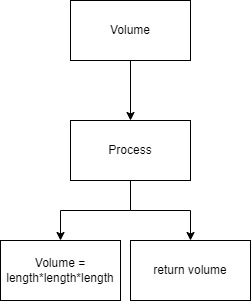
This is design.png from Huzaifa-Khalid-2/ICS3U-Assigment-6-Python, a draw.io export, as it was before one commit. Source tidied: cells renumbered, new cells last; positions are measured from the earlier drawing's top-left corner, leaving out a move shared by most shapes.
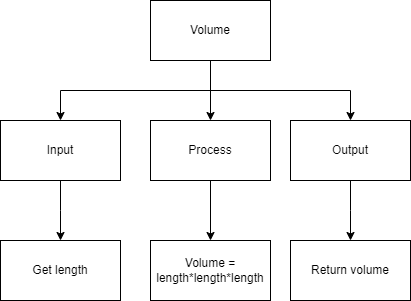
Later version of the same file.

Commit message:
edited top_down

The edit, as a diff of the source:
```diff
@@ -5,23 +5,43 @@
     <mxCell id="2" style="edgeStyle=orthogonalEdgeStyle;html=1;exitX=0.5;exitY=1;exitDx=0;exitDy=0;entryX=0.5;entryY=0;entryDx=0;entryDy=0;rounded=0;" parent="1" edge="1" source="3" target="6">
       <mxGeometry relative="1" as="geometry" />
     </mxCell>
+    <mxCell id="9" style="edgeStyle=elbowEdgeStyle;html=1;entryX=0.5;entryY=0;entryDx=0;entryDy=0;elbow=vertical;rounded=0;" parent="1" edge="1" source="3" target="12">
+      <mxGeometry relative="1" as="geometry" />
+    </mxCell>
+    <mxCell id="10" style="edgeStyle=elbowEdgeStyle;rounded=0;elbow=vertical;html=1;entryX=0.5;entryY=0;entryDx=0;entryDy=0;" parent="1" edge="1" source="3" target="15">
+      <mxGeometry relative="1" as="geometry" />
+    </mxCell>
     <mxCell id="3" value="Volume" style="rounded=0;whiteSpace=wrap;html=1;" parent="1" vertex="1">
       <mxGeometry x="70" width="120" height="60" as="geometry" />
     </mxCell>
     <mxCell id="4" style="edgeStyle=orthogonalEdgeStyle;rounded=0;html=1;entryX=0.5;entryY=0;entryDx=0;entryDy=0;" parent="1" edge="1" source="6" target="7">
       <mxGeometry relative="1" as="geometry" />
     </mxCell>
-    <mxCell id="5" style="edgeStyle=elbowEdgeStyle;html=1;entryX=0.5;entryY=0;entryDx=0;entryDy=0;elbow=vertical;rounded=0;" parent="1" edge="1" source="6" target="8">
-      <mxGeometry relative="1" as="geometry" />
-    </mxCell>
     <mxCell id="6" value="Process" style="rounded=0;whiteSpace=wrap;html=1;" parent="1" vertex="1">
       <mxGeometry x="70" y="120" width="120" height="60" as="geometry" />
     </mxCell>
     <mxCell id="7" value="Volume = length*length*length" style="rounded=0;whiteSpace=wrap;html=1;" parent="1" vertex="1">
-      <mxGeometry y="240" width="120" height="60" as="geometry" />
+      <mxGeometry x="70" y="240" width="120" height="60" as="geometry" />
     </mxCell>
-    <mxCell id="8" value="return volume" style="rounded=0;whiteSpace=wrap;html=1;" parent="1" vertex="1">
-      <mxGeometry x="130" y="240" width="120" height="60" as="geometry" />
-    </mxCell>
+    <mxCell id="11" style="edgeStyle=elbowEdgeStyle;rounded=0;elbow=vertical;html=1;" parent="1" edge="1" source="12">
+      <mxGeometry relative="1" as="geometry">
+        <mxPoint x="-20" y="240" as="targetPoint" />
+      </mxGeometry>
+    </mxCell>
+    <mxCell id="12" value="Input" style="rounded=0;whiteSpace=wrap;html=1;" parent="1" vertex="1">
+      <mxGeometry x="-80" y="120" width="120" height="60" as="geometry" />
+    </mxCell>
+    <mxCell id="13" value="Get length" style="rounded=0;whiteSpace=wrap;html=1;" parent="1" vertex="1">
+      <mxGeometry x="-80" y="240" width="120" height="60" as="geometry" />
+    </mxCell>
+    <mxCell id="14" style="edgeStyle=elbowEdgeStyle;rounded=0;elbow=vertical;html=1;" parent="1" edge="1" source="15" target="16">
+      <mxGeometry relative="1" as="geometry" />
+    </mxCell>
+    <mxCell id="15" value="Output" style="rounded=0;whiteSpace=wrap;html=1;" parent="1" vertex="1">
+      <mxGeometry x="210" y="120" width="120" height="60" as="geometry" />
+    </mxCell>
+    <mxCell id="16" value="Return volume" style="rounded=0;whiteSpace=wrap;html=1;" parent="1" vertex="1">
+      <mxGeometry x="210" y="240" width="120" height="60" as="geometry" />
+    </mxCell>
   </root>
 </mxGraphModel>
```
